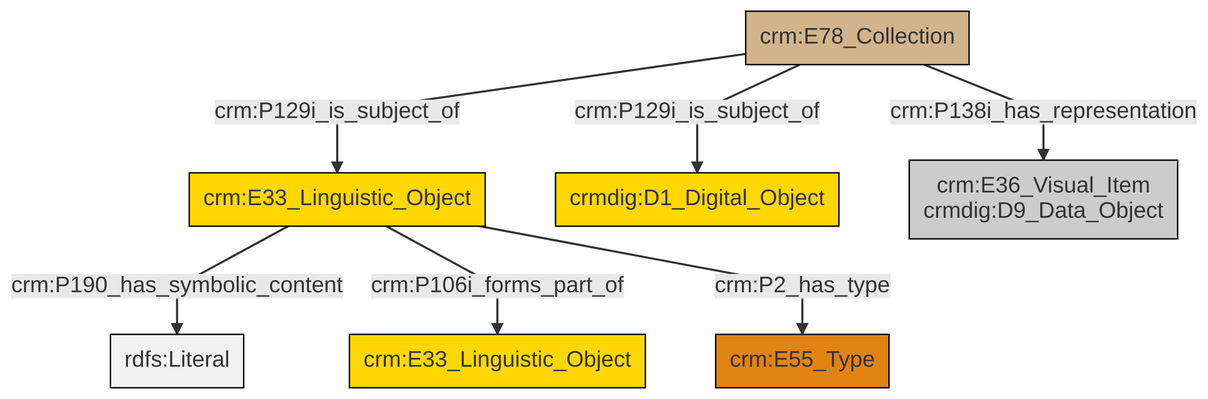
Earlier version of the Mermaid export et/archivalCSV/ttl/mmd/png/archival_docs.png (swiss-art-research-net/docs.swissartresearch). Its source is kept beside it as et/archivalCSV/ttl/mmd/archival_docs.ttl.mmd. Source of this version:
```mermaid
graph TD
classDef Literal fill:#f2f2f2,stroke:#000000;
classDef CRM_Entity fill:#FFFFFF,stroke:#000000;
classDef Temporal_Entity fill:#00C9E6, stroke:#000000;
classDef Type fill:#E18312, stroke:#000000;
classDef Time-Span fill:#2C9C91, stroke:#000000;
classDef Appellation fill:#FFEB7F, stroke:#000000;
classDef Place fill:#008836, stroke:#000000;
classDef Persistent_Item fill:#B266B2, stroke:#000000;
classDef Conceptual_Object fill:#FFD700, stroke:#000000;
classDef Physical_Thing fill:#D2B48C, stroke:#000000;
classDef Actor fill:#f58aad, stroke:#000000;
classDef PC_Classes fill:#4ce600, stroke:#000000;
classDef Multi fill:#cccccc,stroke:#000000;

0["crm:E33_Linguistic_Object"]:::Conceptual_Object -->|crm:P190_has_symbolic_content| 1[rdfs:Literal]:::Literal
4["crm:E78_Collection"]:::Physical_Thing -->|crm:P138i_has_representation| 5["crm:E36_Visual_Item<br>crmdig:D9_Data_Object"]:::Multi
4["crm:E78_Collection"]:::Physical_Thing -->|crm:P129i_is_subject_of| 0["crm:E33_Linguistic_Object"]:::Conceptual_Object
0["crm:E33_Linguistic_Object"]:::Conceptual_Object -->|crm:P106i_forms_part_of| 6["crm:E33_Linguistic_Object"]:::Conceptual_Object
0["crm:E33_Linguistic_Object"]:::Conceptual_Object -->|crm:P2_has_type| 7["crm:E55_Type"]:::Type
4["crm:E78_Collection"]:::Physical_Thing -->|crm:P129i_is_subject_of| 2["crmdig:D1_Digital_Object"]:::Conceptual_Object
```
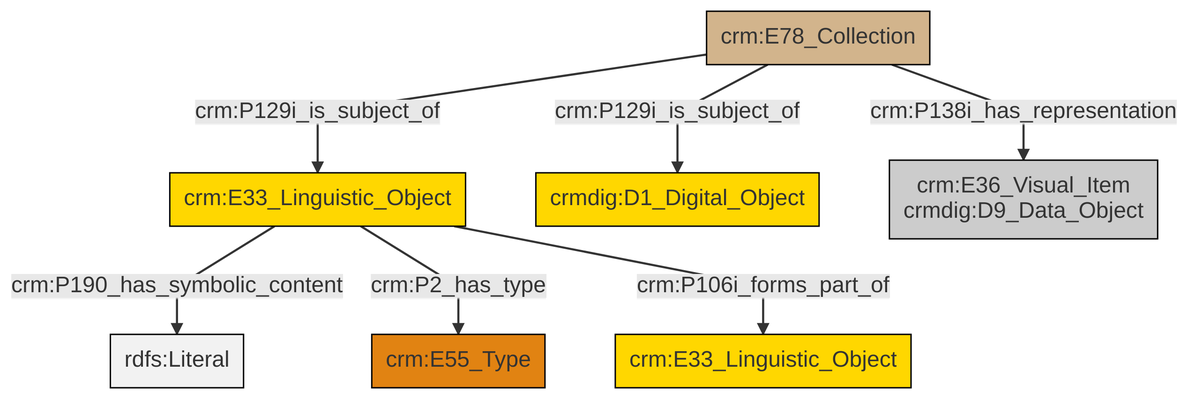
After the change.

Diff of the diagram source:
```diff
@@ -13,9 +13,9 @@
 classDef PC_Classes fill:#4ce600, stroke:#000000;
 classDef Multi fill:#cccccc,stroke:#000000;
 
-0["crm:E33_Linguistic_Object"]:::Conceptual_Object -->|crm:P190_has_symbolic_content| 1[rdfs:Literal]:::Literal
-4["crm:E78_Collection"]:::Physical_Thing -->|crm:P138i_has_representation| 5["crm:E36_Visual_Item<br>crmdig:D9_Data_Object"]:::Multi
-4["crm:E78_Collection"]:::Physical_Thing -->|crm:P129i_is_subject_of| 0["crm:E33_Linguistic_Object"]:::Conceptual_Object
-0["crm:E33_Linguistic_Object"]:::Conceptual_Object -->|crm:P106i_forms_part_of| 6["crm:E33_Linguistic_Object"]:::Conceptual_Object
-0["crm:E33_Linguistic_Object"]:::Conceptual_Object -->|crm:P2_has_type| 7["crm:E55_Type"]:::Type
-4["crm:E78_Collection"]:::Physical_Thing -->|crm:P129i_is_subject_of| 2["crmdig:D1_Digital_Object"]:::Conceptual_Object
+0["crm:E78_Collection"]:::Physical_Thing -->|crm:P129i_is_subject_of| 1["crm:E33_Linguistic_Object"]:::Conceptual_Object
+0["crm:E78_Collection"]:::Physical_Thing -->|crm:P129i_is_subject_of| 2["crmdig:D1_Digital_Object"]:::Conceptual_Object
+1["crm:E33_Linguistic_Object"]:::Conceptual_Object -->|crm:P190_has_symbolic_content| 8[rdfs:Literal]:::Literal
+1["crm:E33_Linguistic_Object"]:::Conceptual_Object -->|crm:P2_has_type| 4["crm:E55_Type"]:::Type
+0["crm:E78_Collection"]:::Physical_Thing -->|crm:P138i_has_representation| 9["crm:E36_Visual_Item<br>crmdig:D9_Data_Object"]:::Multi
+1["crm:E33_Linguistic_Object"]:::Conceptual_Object -->|crm:P106i_forms_part_of| 12["crm:E33_Linguistic_Object"]:::Conceptual_Object
```
